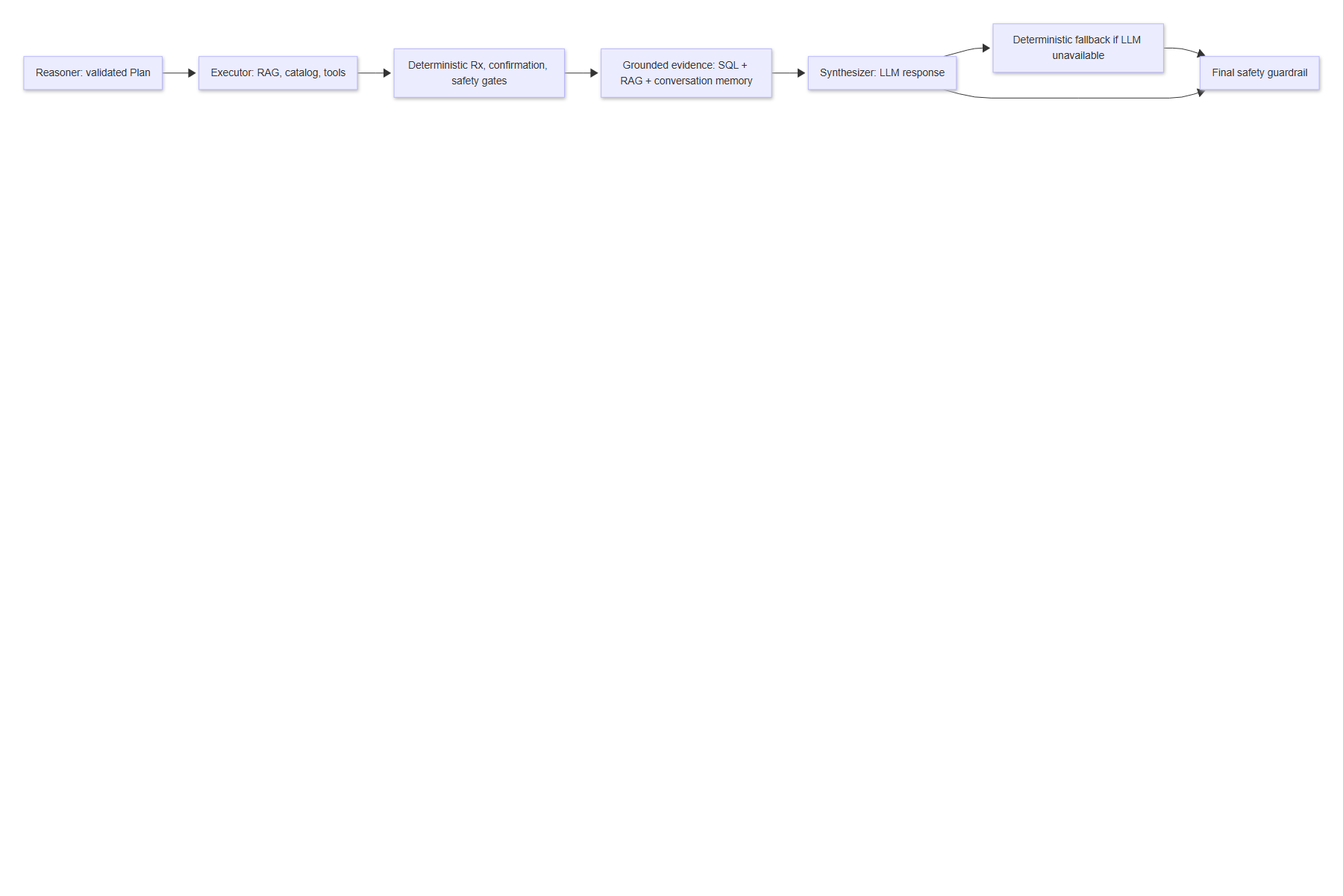
The Mermaid diagram docs/diagrams/res.png in RowanFayez/ShifaPharmacy_AISales_CustomerServiceAgent, before a commit. Its source is kept beside it as docs/diagrams/res.mmd.
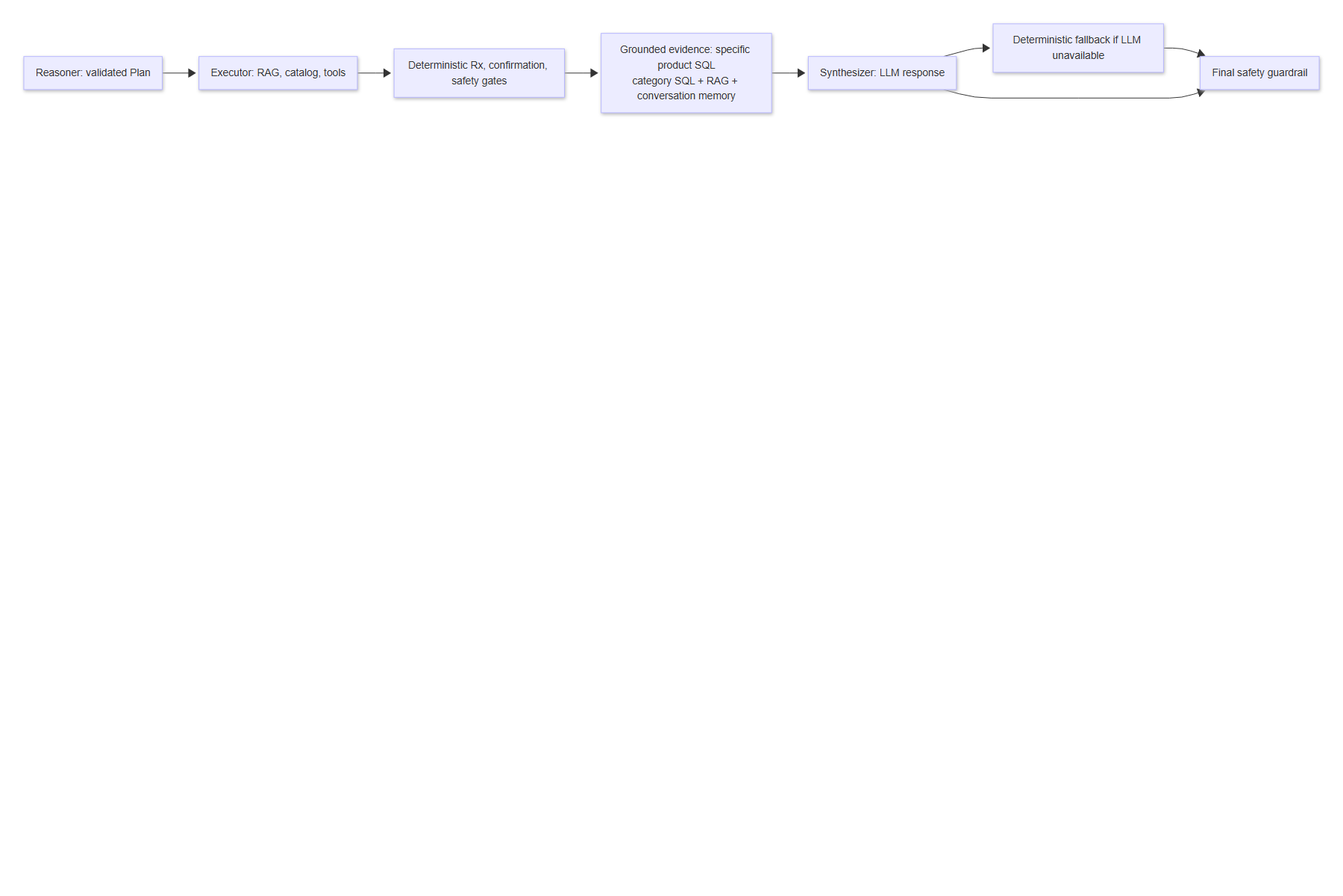
After the change.

Commit message:
Refine flowcharts for product search and order processing, enhancing clarity on specific and generic product handling

Change to the diagram source:
```diff
@@ -1,7 +1,7 @@
 flowchart LR
   Reasoner[Reasoner: validated Plan] --> Executor[Executor: RAG, catalog, tools]
   Executor --> Gates[Deterministic Rx, confirmation, safety gates]
-  Gates --> Evidence[Grounded evidence: SQL + RAG + conversation memory]
+  Gates --> Evidence[Grounded evidence: specific product SQL\ncategory SQL + RAG + conversation memory]
   Evidence --> Synthesizer[Synthesizer: LLM response]
   Synthesizer --> Fallback[Deterministic fallback if LLM unavailable]
   Fallback --> Guardrail
```
